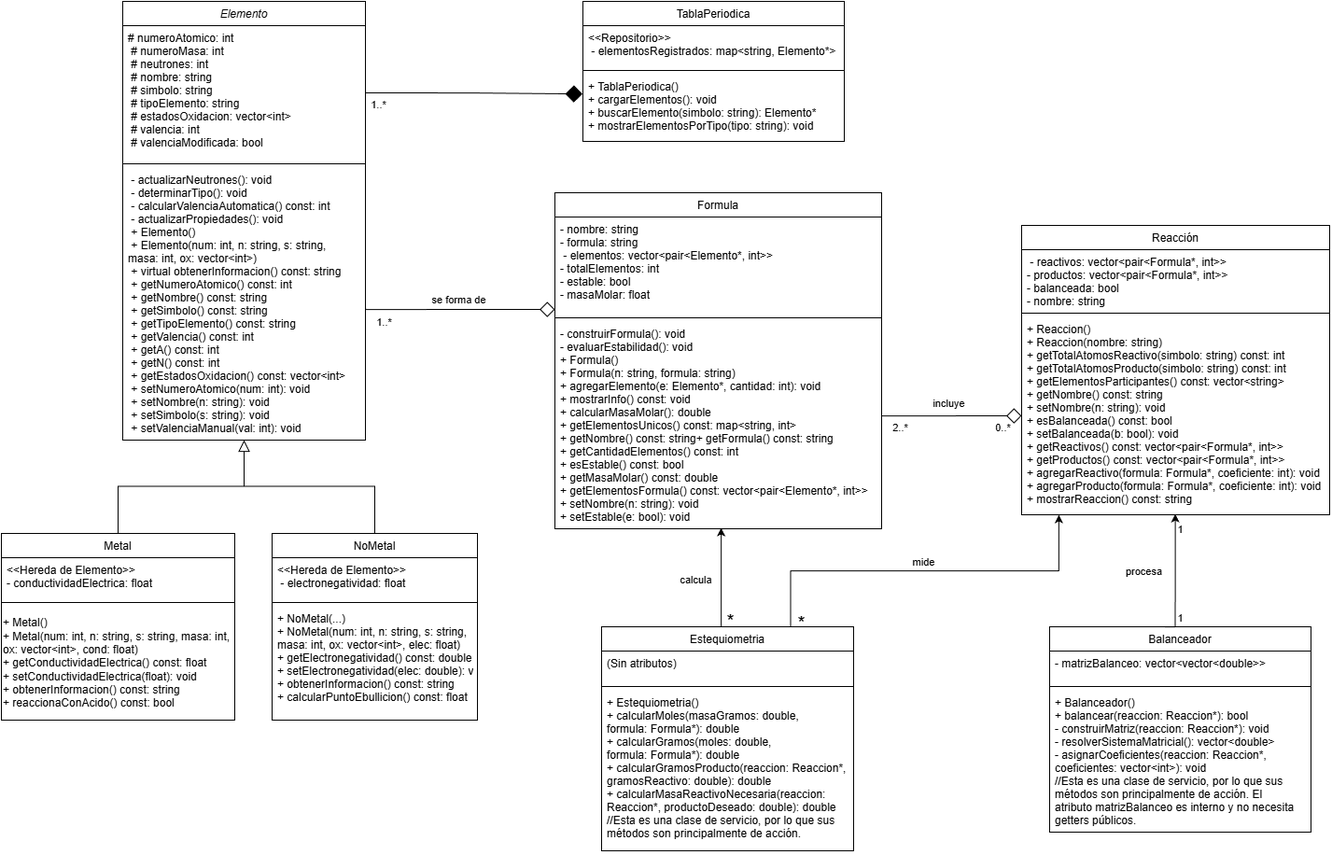
Abril-Odette/Tabla_Periodica keeps this draw.io diagram as TablaPPOO.drawio (1).png. Above is the earlier version. Source tidied: cells renumbered, new cells last; positions are measured from the earlier drawing's top-left corner, leaving out a move shared by most shapes.
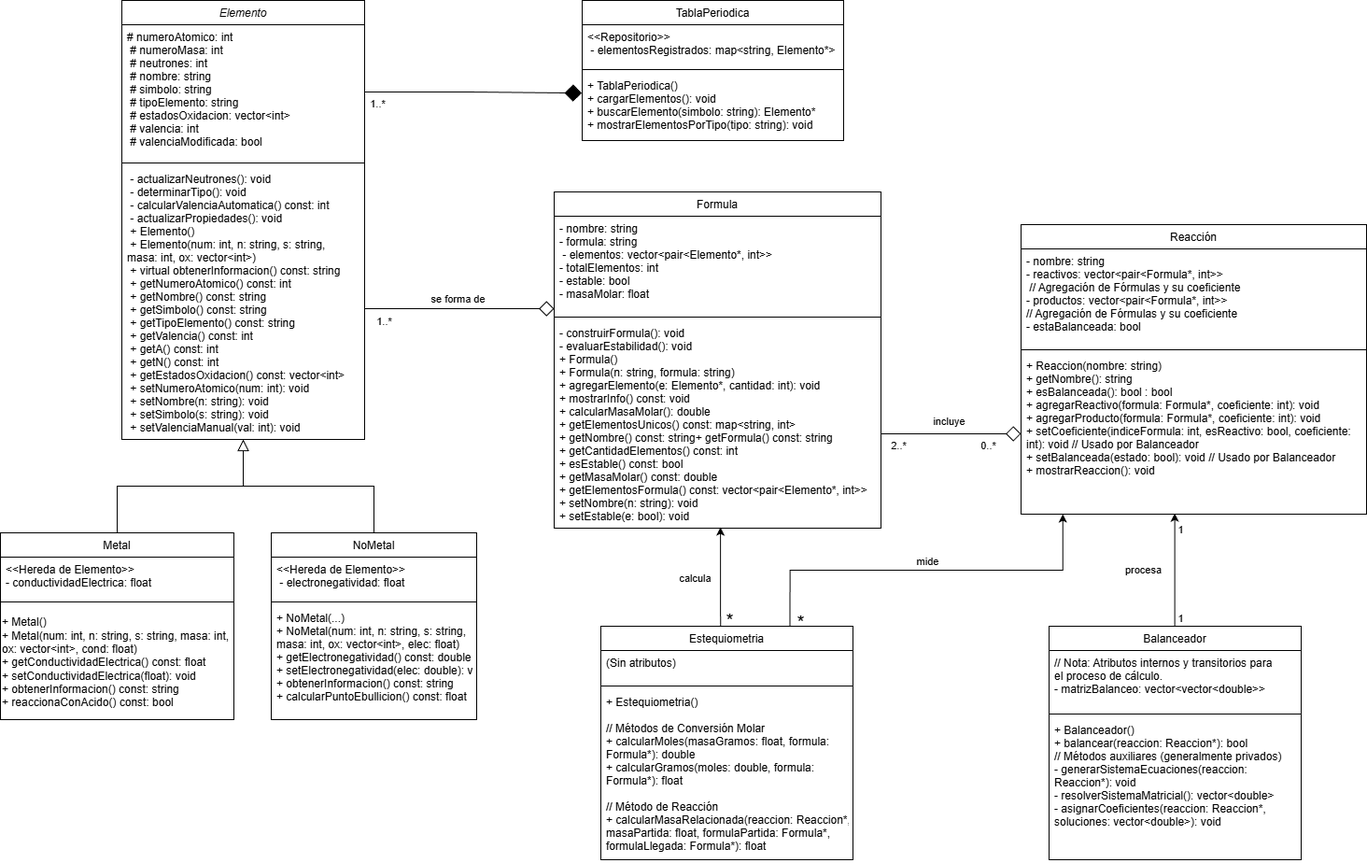
Later version of the same file.

Commit message:
Tercera versión del UML

Diff of the diagram source:
```diff
@@ -69,28 +69,28 @@
       <mxGeometry y="138" width="350" height="222" as="geometry" />
     </mxCell>
     <mxCell id="24" value="Reacción" style="swimlane;fontStyle=0;align=center;verticalAlign=top;horizontal=1;startSize=26;rounded=0;shadow=0;strokeWidth=1;" parent="1" vertex="1">
-      <mxGeometry x="1093" y="240" width="330" height="310" as="geometry" />
+      <mxGeometry x="1093" y="240" width="370" height="310" as="geometry" />
     </mxCell>
-    <mxCell id="25" value=" - reactivos: vector&lt;pair&lt;Formula*, int&gt;&gt;&#10;        - productos: vector&lt;pair&lt;Formula*, int&gt;&gt;&#10;        - balanceada: bool&#10;        - nombre: string" style="text;align=left;verticalAlign=top;spacingLeft=4;spacingRight=4;overflow=hidden;" parent="24" vertex="1">
-      <mxGeometry y="26" width="330" height="64" as="geometry" />
+    <mxCell id="25" value="- nombre: string&#10;- reactivos: vector&lt;pair&lt;Formula*, int&gt;&gt; &#10; // Agregación de Fórmulas y su coeficiente&#10;- productos: vector&lt;pair&lt;Formula*, int&gt;&gt; &#10;// Agregación de Fórmulas y su coeficiente&#10;- estaBalanceada: bool" style="text;align=left;verticalAlign=top;spacingLeft=4;spacingRight=4;overflow=hidden;" parent="24" vertex="1">
+      <mxGeometry y="26" width="370" height="104" as="geometry" />
     </mxCell>
     <mxCell id="26" style="line;html=1;strokeWidth=1;align=left;verticalAlign=middle;spacingTop=-1;spacingLeft=3;spacingRight=3;labelPosition=right;" parent="24" vertex="1">
-      <mxGeometry y="90" width="330" height="8" as="geometry" />
+      <mxGeometry y="130" width="370" height="8" as="geometry" />
     </mxCell>
-    <mxCell id="27" value="+ Reaccion()&#10;        + Reaccion(nombre: string)&#10;        + getTotalAtomosReactivo(simbolo: string) const: int&#10;        + getTotalAtomosProducto(simbolo: string) const: int&#10;        + getElementosParticipantes() const: vector&lt;string&gt;&#10;        + getNombre() const: string&#10;        + setNombre(n: string): void&#10;        + esBalanceada() const: bool&#10;        + setBalanceada(b: bool): void&#10;        + getReactivos() const: vector&lt;pair&lt;Formula*, int&gt;&gt;&#10;        + getProductos() const: vector&lt;pair&lt;Formula*, int&gt;&gt;&#10;+ agregarReactivo(formula: Formula*, coeficiente: int): void&#10;+ agregarProducto(formula: Formula*, coeficiente: int): void&#10;+ mostrarReaccion() const: string" style="text;align=left;verticalAlign=top;spacingLeft=4;spacingRight=4;overflow=hidden;points=[[0,0.5],[1,0.5]];portConstraint=eastwest;" parent="24" vertex="1">
-      <mxGeometry y="98" width="330" height="212" as="geometry" />
+    <mxCell id="27" value="+ Reaccion(nombre: string)&#10;+ getNombre(): string&#10;+ esBalanceada(): bool : bool&#10;+ agregarReactivo(formula: Formula*, coeficiente: int): void&#10;+ agregarProducto(formula: Formula*, coeficiente: int): void&#10;+ setCoeficiente(indiceFormula: int, esReactivo: bool, coeficiente: &#10;int): void // Usado por Balanceador&#10;+ setBalanceada(estado: bool): void // Usado por Balanceador&#10;+ mostrarReaccion(): void" style="text;align=left;verticalAlign=top;spacingLeft=4;spacingRight=4;overflow=hidden;points=[[0,0.5],[1,0.5]];portConstraint=eastwest;" parent="24" vertex="1">
+      <mxGeometry y="138" width="370" height="172" as="geometry" />
     </mxCell>
     <mxCell id="28" value="Balanceador" style="swimlane;fontStyle=0;align=center;verticalAlign=top;horizontal=1;startSize=26;rounded=0;shadow=0;strokeWidth=1;" parent="1" vertex="1">
-      <mxGeometry x="1123" y="670" width="280" height="220" as="geometry" />
+      <mxGeometry x="1123" y="670" width="270" height="250" as="geometry" />
     </mxCell>
-    <mxCell id="29" value="- matrizBalanceo: vector&lt;vector&lt;double&gt;&gt;" style="text;align=left;verticalAlign=top;spacingLeft=4;spacingRight=4;overflow=hidden;" parent="28" vertex="1">
-      <mxGeometry y="26" width="280" height="34" as="geometry" />
+    <mxCell id="29" value="// Nota: Atributos internos y transitorios para &#10;el proceso de cálculo.&#10;- matrizBalanceo: vector&lt;vector&lt;double&gt;&gt; " style="text;align=left;verticalAlign=top;spacingLeft=4;spacingRight=4;overflow=hidden;" parent="28" vertex="1">
+      <mxGeometry y="26" width="270" height="64" as="geometry" />
     </mxCell>
     <mxCell id="30" style="line;html=1;strokeWidth=1;align=left;verticalAlign=middle;spacingTop=-1;spacingLeft=3;spacingRight=3;labelPosition=right;" parent="28" vertex="1">
-      <mxGeometry y="60" width="280" height="8" as="geometry" />
+      <mxGeometry y="90" width="270" height="8" as="geometry" />
     </mxCell>
-    <mxCell id="31" value="+ Balanceador()&#10;        + balancear(reaccion: Reaccion*): bool&#10;        - construirMatriz(reaccion: Reaccion*): void&#10;        - resolverSistemaMatricial(): vector&lt;double&gt;&#10;        - asignarCoeficientes(reaccion: Reaccion*, &#10;coeficientes: vector&lt;int&gt;): void&#10;//Esta es una clase de servicio, por lo que sus &#10;métodos son principalmente de acción. El &#10;atributo matrizBalanceo es interno y no necesita &#10;getters públicos." style="text;align=left;verticalAlign=top;spacingLeft=4;spacingRight=4;overflow=hidden;" parent="28" vertex="1">
-      <mxGeometry y="68" width="280" height="152" as="geometry" />
+    <mxCell id="31" value="+ Balanceador()&#10;+ balancear(reaccion: Reaccion*): bool&#10;// Métodos auxiliares (generalmente privados)&#10;- generarSistemaEcuaciones(reaccion: &#10;Reaccion*): void&#10;- resolverSistemaMatricial(): vector&lt;double&gt; &#10;- asignarCoeficientes(reaccion: Reaccion*, &#10;soluciones: vector&lt;double&gt;): void" style="text;align=left;verticalAlign=top;spacingLeft=4;spacingRight=4;overflow=hidden;" parent="28" vertex="1">
+      <mxGeometry y="98" width="270" height="152" as="geometry" />
     </mxCell>
     <mxCell id="32" style="edgeStyle=orthogonalEdgeStyle;rounded=0;orthogonalLoop=1;jettySize=auto;html=1;exitX=0.5;exitY=0;exitDx=0;exitDy=0;entryX=0.575;entryY=0.996;entryDx=0;entryDy=0;entryPerimeter=0;" parent="1" edge="1">
       <mxGeometry relative="1" as="geometry">
@@ -130,7 +130,7 @@
       </mxGeometry>
     </mxCell>
     <mxCell id="39" value="Estequiometria" style="swimlane;fontStyle=0;align=center;verticalAlign=top;horizontal=1;startSize=26;rounded=0;shadow=0;strokeWidth=1;" parent="1" vertex="1">
-      <mxGeometry x="643" y="670" width="270" height="240" as="geometry" />
+      <mxGeometry x="643" y="670" width="270" height="250" as="geometry" />
     </mxCell>
     <mxCell id="40" value="(Sin atributos)" style="text;align=left;verticalAlign=top;spacingLeft=4;spacingRight=4;overflow=hidden;" parent="39" vertex="1">
       <mxGeometry y="26" width="270" height="34" as="geometry" />
@@ -138,8 +138,8 @@
     <mxCell id="41" style="line;html=1;strokeWidth=1;align=left;verticalAlign=middle;spacingTop=-1;spacingLeft=3;spacingRight=3;labelPosition=right;" parent="39" vertex="1">
       <mxGeometry y="60" width="270" height="8" as="geometry" />
     </mxCell>
-    <mxCell id="42" value="+ Estequiometria()&#10;        + calcularMoles(masaGramos: double, &#10;formula: Formula*): double&#10;        + calcularGramos(moles: double, &#10;formula: Formula*): double&#10;        + calcularGramosProducto(reaccion: Reaccion*, &#10;gramosReactivo: double): double&#10;        + calcularMasaReactivoNecesaria(reaccion: &#10;Reaccion*, productoDeseado: double): double&#10;//Esta es una clase de servicio, por lo que sus &#10;métodos son principalmente de acción." style="text;align=left;verticalAlign=top;spacingLeft=4;spacingRight=4;overflow=hidden;" parent="39" vertex="1">
-      <mxGeometry y="68" width="270" height="172" as="geometry" />
+    <mxCell id="42" value="+ Estequiometria()&#10;&#10;// Métodos de Conversión Molar&#10;+ calcularMoles(masaGramos: float, formula: &#10;Formula*): double&#10;+ calcularGramos(moles: double, formula: &#10;Formula*): float&#10;&#10;// Método de Reacción&#10;+ calcularMasaRelacionada(reaccion: Reaccion*, &#10;masaPartida: float, formulaPartida: Formula*, &#10;formulaLlegada: Formula*): float" style="text;align=left;verticalAlign=top;spacingLeft=4;spacingRight=4;overflow=hidden;" parent="39" vertex="1">
+      <mxGeometry y="68" width="270" height="182" as="geometry" />
     </mxCell>
     <mxCell id="43" style="edgeStyle=orthogonalEdgeStyle;rounded=0;jettySize=auto;html=1;exitX=1;exitY=0.5;exitDx=0;exitDy=0;entryX=-0.002;entryY=0.294;entryDx=0;entryDy=0;entryPerimeter=0;endArrow=diamond;endFill=1;endSize=16;" parent="1" edge="1" source="3" target="19">
       <mxGeometry relative="1" as="geometry" />
@@ -166,11 +166,11 @@
         <mxPoint y="11" as="offset" />
       </mxGeometry>
     </mxCell>
-    <mxCell id="48" style="edgeStyle=orthogonalEdgeStyle;rounded=0;jettySize=auto;html=1;entryX=0;entryY=0.5;entryDx=0;entryDy=0;endArrow=diamond;endFill=0;endSize=14;" parent="1" edge="1" source="23" target="27">
+    <mxCell id="48" style="edgeStyle=orthogonalEdgeStyle;rounded=0;jettySize=auto;html=1;endArrow=diamond;endFill=0;endSize=14;" parent="1" edge="1" source="23" target="27">
       <mxGeometry relative="1" as="geometry">
         <Array as="points">
-          <mxPoint x="993" y="444" />
-          <mxPoint x="993" y="444" />
+          <mxPoint x="983" y="464" />
+          <mxPoint x="983" y="464" />
         </Array>
       </mxGeometry>
     </mxCell>
@@ -186,7 +186,7 @@
     </mxCell>
     <mxCell id="51" value="0..*" style="edgeLabel;html=1;align=center;verticalAlign=middle;" parent="48" vertex="1">
       <mxGeometry x="0.55" y="1" relative="1" as="geometry">
-        <mxPoint x="13" y="13" as="offset" />
+        <mxPoint x="-2" y="13" as="offset" />
       </mxGeometry>
     </mxCell>
     <mxCell id="52" style="edgeStyle=orthogonalEdgeStyle;rounded=0;orthogonalLoop=1;jettySize=auto;html=1;exitX=0.5;exitY=0;exitDx=0;exitDy=0;entryX=0.62;entryY=0.996;entryDx=0;entryDy=0;entryPerimeter=0;" parent="1" edge="1">
```
